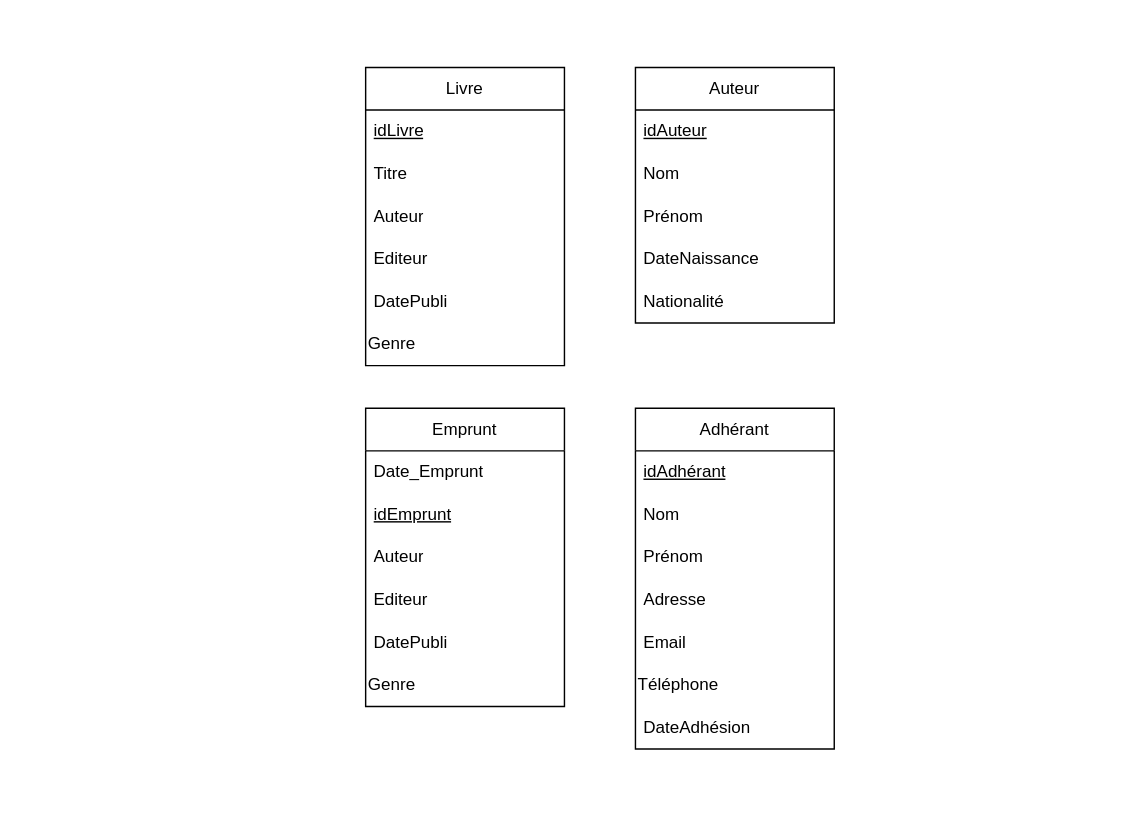
shadowforce78/UVSQ keeps this draw.io diagram as Drawio/Exo3bd.dio. Above is the earlier version. Source tidied: cells renumbered, new cells numbered last; positions are measured from the earlier drawing's top-left corner, leaving out a move shared by most shapes. Both pictures are drawn from the tidied source at 142%, with x=0, y=0 at pixel (365, 67).
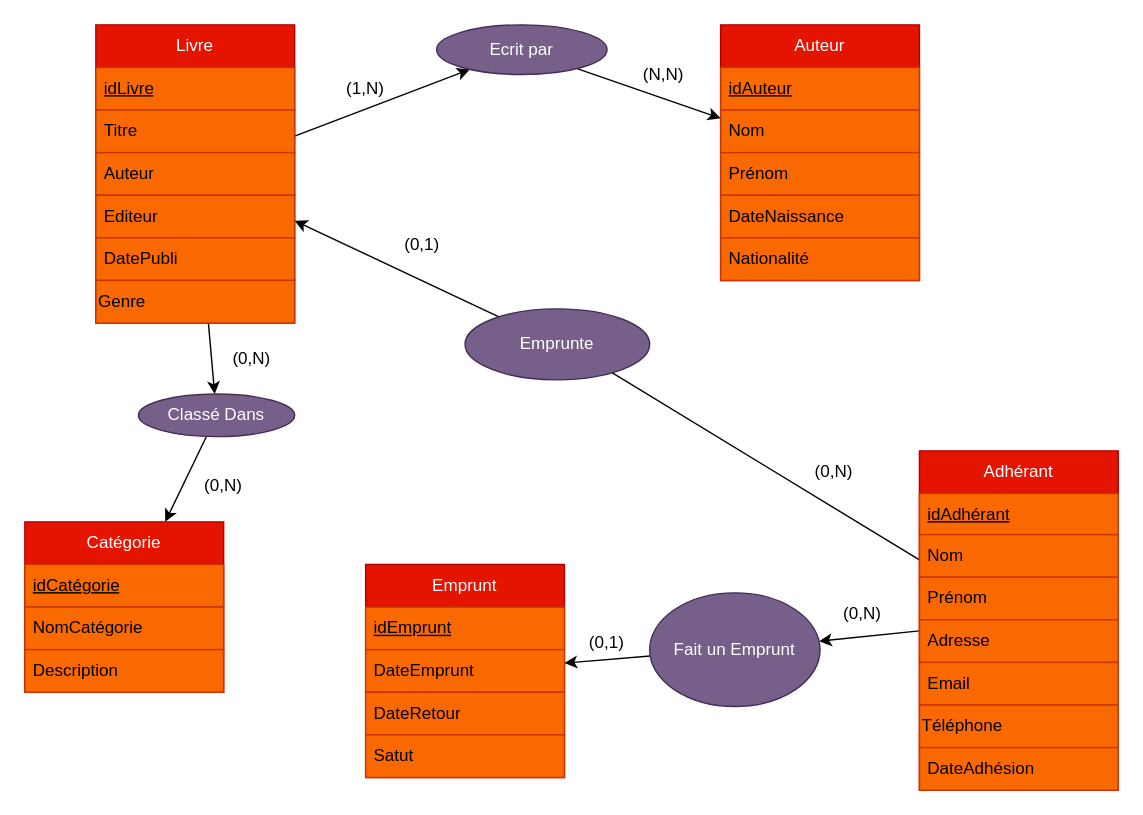
Above is the later version.

Commit message (it also covers changes not shown here):
add diagram for library database example

Change to the diagram source:
```diff
@@
+    <mxCell id="30" style="edgeStyle=none;html=1;" parent="1" edge="1" source="2" target="39">
+      <mxGeometry relative="1" as="geometry" />
+    </mxCell>
+    <mxCell id="31" style="edgeStyle=none;html=1;" parent="1" edge="1" source="2" target="43">
+      <mxGeometry relative="1" as="geometry" />
+    </mxCell>
-    <mxCell id="2" value="Livre" style="swimlane;fontStyle=0;horizontal=1;startSize=30;whiteSpace=wrap;html=1;" parent="1" vertex="1">
-      <mxGeometry width="140" height="210" as="geometry" />
+    <mxCell id="2" value="Livre" style="swimlane;fontStyle=0;horizontal=1;startSize=30;whiteSpace=wrap;html=1;fillColor=#e51400;fontColor=#ffffff;strokeColor=#B20000;" parent="1" vertex="1">
+      <mxGeometry x="-190" y="-30" width="140" height="210" as="geometry" />
     </mxCell>
-    <mxCell id="3" value="&lt;u&gt;idLivre&lt;/u&gt;" style="text;strokeColor=none;fillColor=none;align=left;verticalAlign=middle;spacingLeft=4;spacingRight=4;overflow=hidden;whiteSpace=wrap;html=1;" parent="2" vertex="1">
+    <mxCell id="3" value="&lt;u&gt;idLivre&lt;/u&gt;" style="text;strokeColor=#C73500;fillColor=#fa6800;align=left;verticalAlign=middle;spacingLeft=4;spacingRight=4;overflow=hidden;whiteSpace=wrap;html=1;fontColor=#000000;" parent="2" vertex="1">
       <mxGeometry y="30" width="140" height="30" as="geometry" />
     </mxCell>
-    <mxCell id="4" value="Titre&lt;br&gt;" style="text;strokeColor=none;fillColor=none;align=left;verticalAlign=middle;spacingLeft=4;spacingRight=4;overflow=hidden;whiteSpace=wrap;html=1;" parent="2" vertex="1">
+    <mxCell id="4" value="Titre&lt;br&gt;" style="text;strokeColor=#C73500;fillColor=#fa6800;align=left;verticalAlign=middle;spacingLeft=4;spacingRight=4;overflow=hidden;whiteSpace=wrap;html=1;fontColor=#000000;" parent="2" vertex="1">
       <mxGeometry y="60" width="140" height="30" as="geometry" />
     </mxCell>
-    <mxCell id="5" value="Auteur" style="text;strokeColor=none;fillColor=none;align=left;verticalAlign=middle;spacingLeft=4;spacingRight=4;overflow=hidden;whiteSpace=wrap;html=1;" parent="2" vertex="1">
+    <mxCell id="5" value="Auteur" style="text;strokeColor=#C73500;fillColor=#fa6800;align=left;verticalAlign=middle;spacingLeft=4;spacingRight=4;overflow=hidden;whiteSpace=wrap;html=1;fontColor=#000000;" parent="2" vertex="1">
       <mxGeometry y="90" width="140" height="30" as="geometry" />
     </mxCell>
-    <mxCell id="6" value="Editeur" style="text;strokeColor=none;fillColor=none;align=left;verticalAlign=middle;spacingLeft=4;spacingRight=4;overflow=hidden;whiteSpace=wrap;html=1;" parent="2" vertex="1">
+    <mxCell id="6" value="Editeur" style="text;strokeColor=#C73500;fillColor=#fa6800;align=left;verticalAlign=middle;spacingLeft=4;spacingRight=4;overflow=hidden;whiteSpace=wrap;html=1;fontColor=#000000;" parent="2" vertex="1">
       <mxGeometry y="120" width="140" height="30" as="geometry" />
     </mxCell>
-    <mxCell id="7" value="DatePubli" style="text;strokeColor=none;fillColor=none;align=left;verticalAlign=middle;spacingLeft=4;spacingRight=4;overflow=hidden;whiteSpace=wrap;html=1;" parent="2" vertex="1">
+    <mxCell id="7" value="DatePubli" style="text;strokeColor=#C73500;fillColor=#fa6800;align=left;verticalAlign=middle;spacingLeft=4;spacingRight=4;overflow=hidden;whiteSpace=wrap;html=1;fontColor=#000000;" parent="2" vertex="1">
       <mxGeometry y="150" width="140" height="30" as="geometry" />
     </mxCell>
-    <mxCell id="8" value="Genre" style="text;strokeColor=none;align=left;fillColor=none;html=1;verticalAlign=middle;whiteSpace=wrap;rounded=0;" parent="2" vertex="1">
+    <mxCell id="8" value="Genre" style="text;strokeColor=#C73500;align=left;fillColor=#fa6800;html=1;verticalAlign=middle;whiteSpace=wrap;rounded=0;fontColor=#000000;" parent="2" vertex="1">
       <mxGeometry y="180" width="140" height="30" as="geometry" />
     </mxCell>
-    <mxCell id="9" value="Auteur" style="swimlane;fontStyle=0;horizontal=1;startSize=30;whiteSpace=wrap;html=1;" parent="1" vertex="1">
-      <mxGeometry x="190" width="140" height="180" as="geometry" />
+    <mxCell id="9" value="Auteur" style="swimlane;fontStyle=0;horizontal=1;startSize=30;whiteSpace=wrap;html=1;fillColor=#e51400;strokeColor=#B20000;fontColor=#ffffff;" parent="1" vertex="1">
+      <mxGeometry x="250" y="-30" width="140" height="180" as="geometry" />
     </mxCell>
-    <mxCell id="10" value="&lt;u&gt;idAuteur&lt;/u&gt;" style="text;strokeColor=none;fillColor=none;align=left;verticalAlign=middle;spacingLeft=4;spacingRight=4;overflow=hidden;whiteSpace=wrap;html=1;" parent="9" vertex="1">
+    <mxCell id="10" value="&lt;u&gt;idAuteur&lt;/u&gt;" style="text;strokeColor=#C73500;fillColor=#fa6800;align=left;verticalAlign=middle;spacingLeft=4;spacingRight=4;overflow=hidden;whiteSpace=wrap;html=1;fontColor=#000000;" parent="9" vertex="1">
       <mxGeometry y="30" width="140" height="30" as="geometry" />
     </mxCell>
-    <mxCell id="11" value="Nom" style="text;strokeColor=none;fillColor=none;align=left;verticalAlign=middle;spacingLeft=4;spacingRight=4;overflow=hidden;whiteSpace=wrap;html=1;" parent="9" vertex="1">
+    <mxCell id="11" value="Nom" style="text;strokeColor=#C73500;fillColor=#fa6800;align=left;verticalAlign=middle;spacingLeft=4;spacingRight=4;overflow=hidden;whiteSpace=wrap;html=1;fontColor=#000000;" parent="9" vertex="1">
       <mxGeometry y="60" width="140" height="30" as="geometry" />
     </mxCell>
-    <mxCell id="12" value="Prénom" style="text;strokeColor=none;fillColor=none;align=left;verticalAlign=middle;spacingLeft=4;spacingRight=4;overflow=hidden;whiteSpace=wrap;html=1;" parent="9" vertex="1">
+    <mxCell id="12" value="Prénom" style="text;strokeColor=#C73500;fillColor=#fa6800;align=left;verticalAlign=middle;spacingLeft=4;spacingRight=4;overflow=hidden;whiteSpace=wrap;html=1;fontColor=#000000;" parent="9" vertex="1">
       <mxGeometry y="90" width="140" height="30" as="geometry" />
     </mxCell>
-    <mxCell id="13" value="DateNaissance" style="text;strokeColor=none;fillColor=none;align=left;verticalAlign=middle;spacingLeft=4;spacingRight=4;overflow=hidden;whiteSpace=wrap;html=1;" parent="9" vertex="1">
+    <mxCell id="13" value="DateNaissance" style="text;strokeColor=#C73500;fillColor=#fa6800;align=left;verticalAlign=middle;spacingLeft=4;spacingRight=4;overflow=hidden;whiteSpace=wrap;html=1;fontColor=#000000;" parent="9" vertex="1">
       <mxGeometry y="120" width="140" height="30" as="geometry" />
     </mxCell>
-    <mxCell id="14" value="Nationalité" style="text;strokeColor=none;fillColor=none;align=left;verticalAlign=middle;spacingLeft=4;spacingRight=4;overflow=hidden;whiteSpace=wrap;html=1;" parent="9" vertex="1">
+    <mxCell id="14" value="Nationalité" style="text;strokeColor=#C73500;fillColor=#fa6800;align=left;verticalAlign=middle;spacingLeft=4;spacingRight=4;overflow=hidden;whiteSpace=wrap;html=1;fontColor=#000000;" parent="9" vertex="1">
       <mxGeometry y="150" width="140" height="30" as="geometry" />
     </mxCell>
+    <mxCell id="32" style="edgeStyle=none;html=1;entryX=0.545;entryY=0.5;entryDx=0;entryDy=0;entryPerimeter=0;" parent="1" edge="1" source="15" target="47">
+      <mxGeometry relative="1" as="geometry" />
+    </mxCell>
+    <mxCell id="33" style="edgeStyle=none;html=1;" parent="1" edge="1" source="15" target="49">
+      <mxGeometry relative="1" as="geometry" />
+    </mxCell>
-    <mxCell id="15" value="Adhérant" style="swimlane;fontStyle=0;horizontal=1;startSize=30;whiteSpace=wrap;html=1;" parent="1" vertex="1">
-      <mxGeometry x="190" y="240" width="140" height="240" as="geometry" />
+    <mxCell id="15" value="Adhérant" style="swimlane;fontStyle=0;horizontal=1;startSize=30;whiteSpace=wrap;html=1;fillColor=#e51400;fontColor=#ffffff;strokeColor=#B20000;" parent="1" vertex="1">
+      <mxGeometry x="390" y="270" width="140" height="239" as="geometry" />
     </mxCell>
-    <mxCell id="16" value="&lt;u&gt;idAdhérant&lt;/u&gt;" style="text;strokeColor=none;fillColor=none;align=left;verticalAlign=middle;spacingLeft=4;spacingRight=4;overflow=hidden;whiteSpace=wrap;html=1;" parent="15" vertex="1">
-      <mxGeometry y="30" width="140" height="30" as="geometry" />
+    <mxCell id="16" value="&lt;u&gt;idAdhérant&lt;/u&gt;" style="text;strokeColor=#C73500;fillColor=#fa6800;align=left;verticalAlign=middle;spacingLeft=4;spacingRight=4;overflow=hidden;whiteSpace=wrap;html=1;fontColor=#000000;" parent="15" vertex="1">
+      <mxGeometry y="30" width="140" height="29" as="geometry" />
     </mxCell>
-    <mxCell id="17" value="Nom" style="text;strokeColor=none;fillColor=none;align=left;verticalAlign=middle;spacingLeft=4;spacingRight=4;overflow=hidden;whiteSpace=wrap;html=1;" parent="15" vertex="1">
-      <mxGeometry y="60" width="140" height="30" as="geometry" />
+    <mxCell id="17" value="Nom" style="text;strokeColor=#C73500;fillColor=#fa6800;align=left;verticalAlign=middle;spacingLeft=4;spacingRight=4;overflow=hidden;whiteSpace=wrap;html=1;fontColor=#000000;" parent="15" vertex="1">
+      <mxGeometry y="59" width="140" height="30" as="geometry" />
     </mxCell>
-    <mxCell id="18" value="Prénom" style="text;strokeColor=none;fillColor=none;align=left;verticalAlign=middle;spacingLeft=4;spacingRight=4;overflow=hidden;whiteSpace=wrap;html=1;" parent="15" vertex="1">
-      <mxGeometry y="90" width="140" height="30" as="geometry" />
+    <mxCell id="18" value="Prénom" style="text;strokeColor=#C73500;fillColor=#fa6800;align=left;verticalAlign=middle;spacingLeft=4;spacingRight=4;overflow=hidden;whiteSpace=wrap;html=1;fontColor=#000000;" parent="15" vertex="1">
+      <mxGeometry y="89" width="140" height="30" as="geometry" />
     </mxCell>
-    <mxCell id="19" value="Adresse" style="text;strokeColor=none;fillColor=none;align=left;verticalAlign=middle;spacingLeft=4;spacingRight=4;overflow=hidden;whiteSpace=wrap;html=1;" parent="15" vertex="1">
-      <mxGeometry y="120" width="140" height="30" as="geometry" />
+    <mxCell id="19" value="Adresse" style="text;strokeColor=#C73500;fillColor=#fa6800;align=left;verticalAlign=middle;spacingLeft=4;spacingRight=4;overflow=hidden;whiteSpace=wrap;html=1;fontColor=#000000;" parent="15" vertex="1">
+      <mxGeometry y="119" width="140" height="30" as="geometry" />
     </mxCell>
-    <mxCell id="20" value="Email" style="text;strokeColor=none;fillColor=none;align=left;verticalAlign=middle;spacingLeft=4;spacingRight=4;overflow=hidden;whiteSpace=wrap;html=1;" parent="15" vertex="1">
-      <mxGeometry y="150" width="140" height="30" as="geometry" />
+    <mxCell id="20" value="Email" style="text;strokeColor=#C73500;fillColor=#fa6800;align=left;verticalAlign=middle;spacingLeft=4;spacingRight=4;overflow=hidden;whiteSpace=wrap;html=1;fontColor=#000000;" parent="15" vertex="1">
+      <mxGeometry y="149" width="140" height="30" as="geometry" />
     </mxCell>
-    <mxCell id="21" value="Téléphone" style="text;strokeColor=none;align=left;fillColor=none;html=1;verticalAlign=middle;whiteSpace=wrap;rounded=0;" parent="15" vertex="1">
-      <mxGeometry y="180" width="140" height="30" as="geometry" />
+    <mxCell id="21" value="Téléphone" style="text;strokeColor=#C73500;align=left;fillColor=#fa6800;html=1;verticalAlign=middle;whiteSpace=wrap;rounded=0;fontColor=#000000;" parent="15" vertex="1">
+      <mxGeometry y="179" width="140" height="30" as="geometry" />
     </mxCell>
-    <mxCell id="22" value="DateAdhésion" style="text;strokeColor=none;fillColor=none;align=left;verticalAlign=middle;spacingLeft=4;spacingRight=4;overflow=hidden;whiteSpace=wrap;html=1;" parent="15" vertex="1">
-      <mxGeometry y="210" width="140" height="30" as="geometry" />
+    <mxCell id="22" value="DateAdhésion" style="text;strokeColor=#C73500;fillColor=#fa6800;align=left;verticalAlign=middle;spacingLeft=4;spacingRight=4;overflow=hidden;whiteSpace=wrap;html=1;fontColor=#000000;" parent="15" vertex="1">
+      <mxGeometry y="209" width="140" height="30" as="geometry" />
     </mxCell>
-    <mxCell id="23" value="Emprunt" style="swimlane;fontStyle=0;horizontal=1;startSize=30;whiteSpace=wrap;html=1;" parent="1" vertex="1">
-      <mxGeometry y="240" width="140" height="210" as="geometry" />
+    <mxCell id="23" value="Emprunt" style="swimlane;fontStyle=0;horizontal=1;startSize=30;whiteSpace=wrap;html=1;fillColor=#e51400;fontColor=#ffffff;strokeColor=#B20000;" parent="1" vertex="1">
+      <mxGeometry y="350" width="140" height="150" as="geometry" />
     </mxCell>
+    <mxCell id="25" value="&lt;u&gt;idEmprunt&lt;/u&gt;" style="text;strokeColor=#C73500;fillColor=#fa6800;align=left;verticalAlign=middle;spacingLeft=4;spacingRight=4;overflow=hidden;whiteSpace=wrap;html=1;fontColor=#000000;" parent="23" vertex="1">
+      <mxGeometry y="30" width="140" height="30" as="geometry" />
+    </mxCell>
-    <mxCell id="24" value="Date_Emprunt" style="text;strokeColor=none;fillColor=none;align=left;verticalAlign=middle;spacingLeft=4;spacingRight=4;overflow=hidden;whiteSpace=wrap;html=1;" parent="23" vertex="1">
-      <mxGeometry y="30" width="140" height="30" as="geometry" />
+    <mxCell id="24" value="DateEmprunt" style="text;strokeColor=#C73500;fillColor=#fa6800;align=left;verticalAlign=middle;spacingLeft=4;spacingRight=4;overflow=hidden;whiteSpace=wrap;html=1;fontColor=#000000;" parent="23" vertex="1">
+      <mxGeometry y="60" width="140" height="30" as="geometry" />
     </mxCell>
-    <mxCell id="25" value="&lt;u&gt;idEmprunt&lt;/u&gt;" style="text;strokeColor=none;fillColor=none;align=left;verticalAlign=middle;spacingLeft=4;spacingRight=4;overflow=hidden;whiteSpace=wrap;html=1;" parent="23" vertex="1">
-      <mxGeometry y="60" width="140" height="30" as="geometry" />
-    </mxCell>
-    <mxCell id="26" value="Auteur" style="text;strokeColor=none;fillColor=none;align=left;verticalAlign=middle;spacingLeft=4;spacingRight=4;overflow=hidden;whiteSpace=wrap;html=1;" parent="23" vertex="1">
+    <mxCell id="26" value="DateRetour" style="text;strokeColor=#C73500;fillColor=#fa6800;align=left;verticalAlign=middle;spacingLeft=4;spacingRight=4;overflow=hidden;whiteSpace=wrap;html=1;fontColor=#000000;" parent="23" vertex="1">
       <mxGeometry y="90" width="140" height="30" as="geometry" />
     </mxCell>
-    <mxCell id="27" value="Editeur" style="text;strokeColor=none;fillColor=none;align=left;verticalAlign=middle;spacingLeft=4;spacingRight=4;overflow=hidden;whiteSpace=wrap;html=1;" parent="23" vertex="1">
+    <mxCell id="27" value="Satut" style="text;strokeColor=#C73500;fillColor=#fa6800;align=left;verticalAlign=middle;spacingLeft=4;spacingRight=4;overflow=hidden;whiteSpace=wrap;html=1;fontColor=#000000;" parent="23" vertex="1">
       <mxGeometry y="120" width="140" height="30" as="geometry" />
     </mxCell>
-    <mxCell id="28" value="DatePubli" style="text;strokeColor=none;fillColor=none;align=left;verticalAlign=middle;spacingLeft=4;spacingRight=4;overflow=hidden;whiteSpace=wrap;html=1;" parent="23" vertex="1">
-      <mxGeometry y="150" width="140" height="30" as="geometry" />
-    </mxCell>
-    <mxCell id="29" value="Genre" style="text;strokeColor=none;align=left;fillColor=none;html=1;verticalAlign=middle;whiteSpace=wrap;rounded=0;" parent="23" vertex="1">
-      <mxGeometry y="180" width="140" height="30" as="geometry" />
-    </mxCell>
+    <mxCell id="34" value="Catégorie" style="swimlane;fontStyle=0;horizontal=1;startSize=30;whiteSpace=wrap;html=1;fillColor=#e51400;fontColor=#ffffff;strokeColor=#B20000;" parent="1" vertex="1">
+      <mxGeometry x="-240" y="320" width="140" height="120" as="geometry" />
+    </mxCell>
+    <mxCell id="35" value="&lt;u&gt;idCatégorie&lt;/u&gt;" style="text;strokeColor=#C73500;fillColor=#fa6800;align=left;verticalAlign=middle;spacingLeft=4;spacingRight=4;overflow=hidden;whiteSpace=wrap;html=1;fontColor=#000000;" parent="34" vertex="1">
+      <mxGeometry y="30" width="140" height="30" as="geometry" />
+    </mxCell>
+    <mxCell id="36" value="NomCatégorie" style="text;strokeColor=#C73500;fillColor=#fa6800;align=left;verticalAlign=middle;spacingLeft=4;spacingRight=4;overflow=hidden;whiteSpace=wrap;html=1;fontColor=#000000;" parent="34" vertex="1">
+      <mxGeometry y="60" width="140" height="30" as="geometry" />
+    </mxCell>
+    <mxCell id="37" value="Description" style="text;strokeColor=#C73500;fillColor=#fa6800;align=left;verticalAlign=middle;spacingLeft=4;spacingRight=4;overflow=hidden;whiteSpace=wrap;html=1;fontColor=#000000;" parent="34" vertex="1">
+      <mxGeometry y="90" width="140" height="30" as="geometry" />
+    </mxCell>
+    <mxCell id="38" style="edgeStyle=none;html=1;" parent="1" edge="1" source="39" target="9">
+      <mxGeometry relative="1" as="geometry" />
+    </mxCell>
+    <mxCell id="39" value="Ecrit par" style="ellipse;whiteSpace=wrap;html=1;fillColor=#76608a;fontColor=#ffffff;strokeColor=#432D57;" parent="1" vertex="1">
+      <mxGeometry x="50" y="-30" width="120" height="35" as="geometry" />
+    </mxCell>
+    <mxCell id="40" value="(1,N)" style="text;html=1;strokeColor=none;fillColor=none;align=center;verticalAlign=middle;whiteSpace=wrap;rounded=0;" parent="1" vertex="1">
+      <mxGeometry x="-30" width="60" height="30" as="geometry" />
+    </mxCell>
+    <mxCell id="41" value="(N,N)" style="text;html=1;strokeColor=none;fillColor=none;align=center;verticalAlign=middle;whiteSpace=wrap;rounded=0;" parent="1" vertex="1">
+      <mxGeometry x="180" y="-10" width="60" height="30" as="geometry" />
+    </mxCell>
+    <mxCell id="42" style="edgeStyle=none;html=1;" parent="1" edge="1" source="43" target="34">
+      <mxGeometry relative="1" as="geometry" />
+    </mxCell>
+    <mxCell id="43" value="Classé Dans" style="ellipse;whiteSpace=wrap;html=1;fillColor=#76608a;fontColor=#ffffff;strokeColor=#432D57;" parent="1" vertex="1">
+      <mxGeometry x="-160" y="230" width="110" height="30" as="geometry" />
+    </mxCell>
+    <mxCell id="44" value="(0,N)" style="text;html=1;strokeColor=none;fillColor=none;align=center;verticalAlign=middle;whiteSpace=wrap;rounded=0;" parent="1" vertex="1">
+      <mxGeometry x="-110" y="190" width="60" height="30" as="geometry" />
+    </mxCell>
+    <mxCell id="45" value="(0,N)" style="text;html=1;strokeColor=none;fillColor=none;align=center;verticalAlign=middle;whiteSpace=wrap;rounded=0;" parent="1" vertex="1">
+      <mxGeometry x="-130" y="280" width="60" height="30" as="geometry" />
+    </mxCell>
+    <mxCell id="46" style="edgeStyle=none;html=1;" parent="1" edge="1" source="47" target="2">
+      <mxGeometry relative="1" as="geometry" />
+    </mxCell>
+    <mxCell id="47" value="Emprunte" style="ellipse;whiteSpace=wrap;html=1;fillColor=#76608a;fontColor=#ffffff;strokeColor=#432D57;" parent="1" vertex="1">
+      <mxGeometry x="70" y="170" width="130" height="50" as="geometry" />
+    </mxCell>
+    <mxCell id="48" style="edgeStyle=none;html=1;" parent="1" edge="1" source="49" target="23">
+      <mxGeometry relative="1" as="geometry" />
+    </mxCell>
+    <mxCell id="49" value="Fait un Emprunt" style="ellipse;whiteSpace=wrap;html=1;fillColor=#76608a;fontColor=#ffffff;strokeColor=#432D57;" parent="1" vertex="1">
+      <mxGeometry x="200" y="370" width="120" height="80" as="geometry" />
+    </mxCell>
+    <mxCell id="50" value="(0,N)" style="text;html=1;strokeColor=none;fillColor=none;align=center;verticalAlign=middle;whiteSpace=wrap;rounded=0;" parent="1" vertex="1">
+      <mxGeometry x="300" y="270" width="60" height="30" as="geometry" />
+    </mxCell>
+    <mxCell id="51" value="(0,1)" style="text;html=1;strokeColor=none;fillColor=none;align=center;verticalAlign=middle;whiteSpace=wrap;rounded=0;" parent="1" vertex="1">
+      <mxGeometry x="10" y="110" width="60" height="30" as="geometry" />
+    </mxCell>
+    <mxCell id="52" value="(0,N)" style="text;html=1;strokeColor=none;fillColor=none;align=center;verticalAlign=middle;whiteSpace=wrap;rounded=0;" parent="1" vertex="1">
+      <mxGeometry x="320" y="370" width="60" height="30" as="geometry" />
+    </mxCell>
+    <mxCell id="53" value="(0,1)" style="text;html=1;strokeColor=none;fillColor=none;align=center;verticalAlign=middle;whiteSpace=wrap;rounded=0;" parent="1" vertex="1">
+      <mxGeometry x="140" y="390" width="60" height="30" as="geometry" />
+    </mxCell>
```
